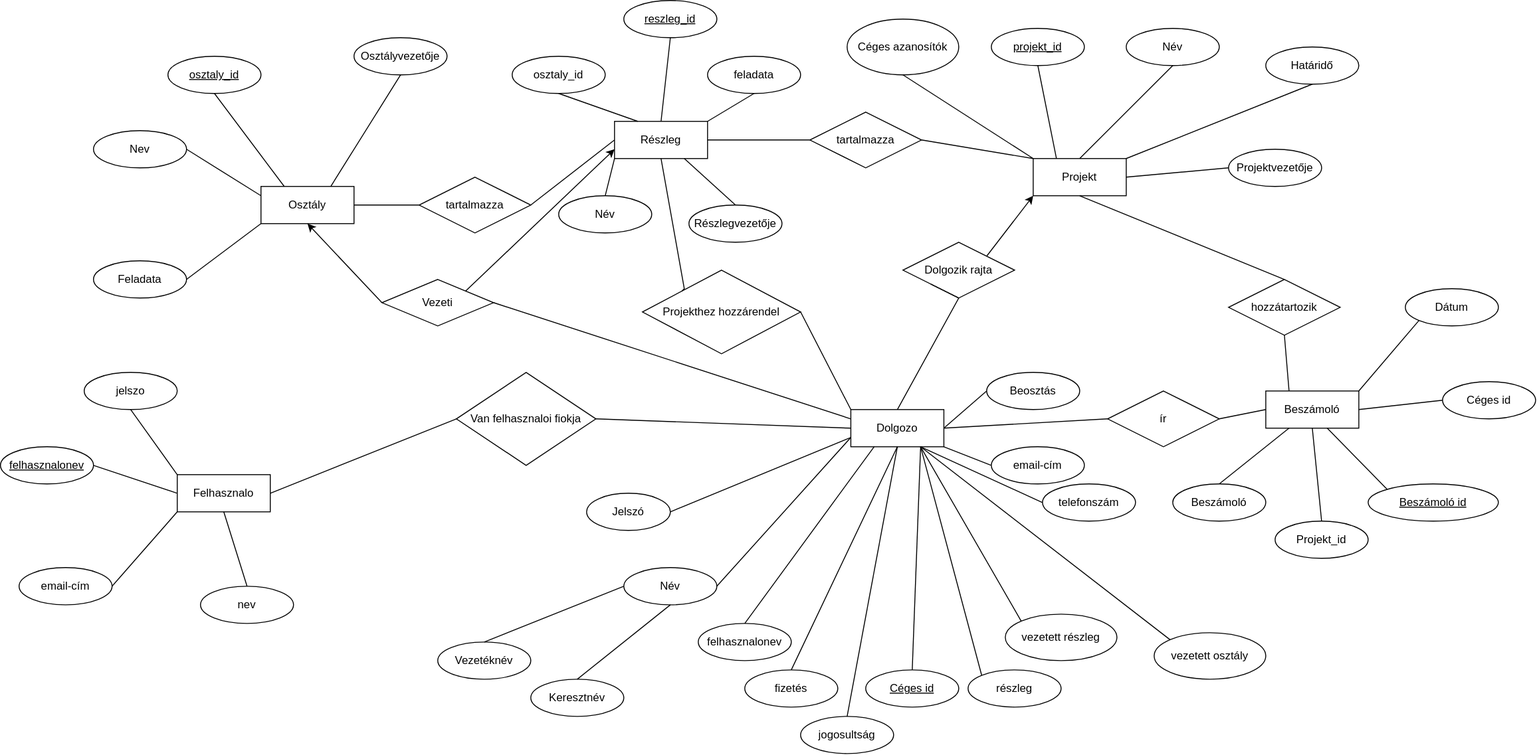
This is adatb.drawio.svg from Alfonz33/adatbazis-projektmunka, a draw.io export, as it was before one commit. Source tidied: cells renumbered, new cells last; positions are measured from the earlier drawing's top-left corner, leaving out a move shared by most shapes.
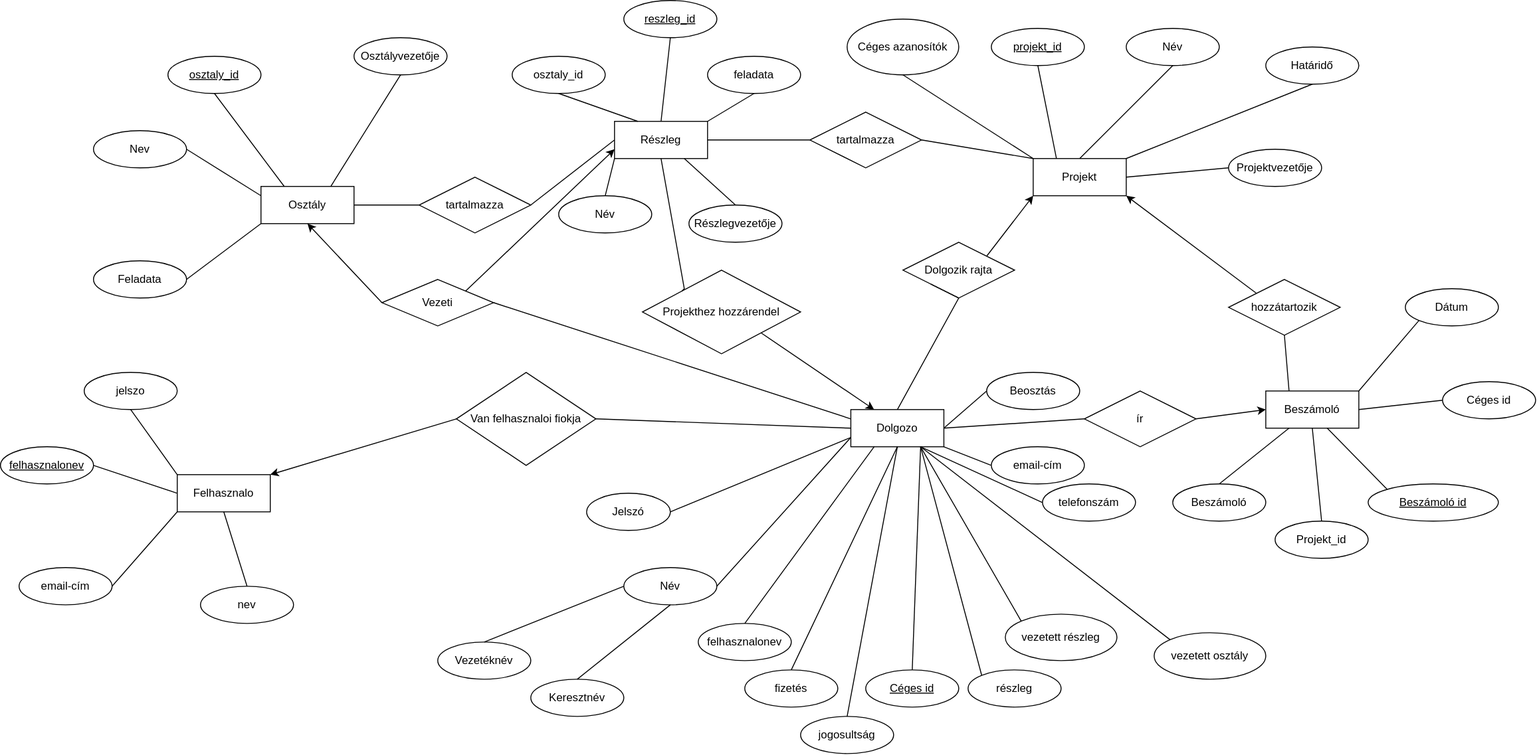
Above is the later version.

Change to the diagram source:
```diff
@@ -137,9 +137,6 @@
     <mxCell id="46" style="endArrow=none;html=1;rounded=0;exitX=0.5;exitY=0;exitDx=0;exitDy=0;entryX=0.5;entryY=1;entryDx=0;entryDy=0;" parent="1" edge="1" source="8" target="17">
       <mxGeometry relative="1" as="geometry" />
     </mxCell>
-    <mxCell id="47" style="endArrow=none;html=1;rounded=0;exitX=0.5;exitY=1;exitDx=0;exitDy=0;entryX=0.5;entryY=0;entryDx=0;entryDy=0;" parent="1" edge="1" source="8" target="48">
-      <mxGeometry relative="1" as="geometry" />
-    </mxCell>
     <mxCell id="48" value="hozzátartozik" style="shape=rhombus;perimeter=rhombusPerimeter;whiteSpace=wrap;html=1;align=center;" parent="1" vertex="1">
       <mxGeometry x="1320" y="300" width="120" height="60" as="geometry" />
     </mxCell>
@@ -165,7 +162,7 @@
       <mxGeometry x="1370" y="560" width="100" height="40" as="geometry" />
     </mxCell>
     <mxCell id="56" value="ír" style="shape=rhombus;perimeter=rhombusPerimeter;whiteSpace=wrap;html=1;align=center;" parent="1" vertex="1">
-      <mxGeometry x="1190" y="420" width="120" height="60" as="geometry" />
+      <mxGeometry x="1165" y="420" width="120" height="60" as="geometry" />
     </mxCell>
     <mxCell id="57" value="Dolgozik rajta" style="shape=rhombus;perimeter=rhombusPerimeter;whiteSpace=wrap;html=1;align=center;" parent="1" vertex="1">
       <mxGeometry x="970" y="260" width="120" height="60" as="geometry" />
@@ -237,9 +234,6 @@
     <mxCell id="78" style="endArrow=none;html=1;rounded=0;exitX=1;exitY=0.5;exitDx=0;exitDy=0;entryX=0;entryY=0.5;entryDx=0;entryDy=0;" parent="1" edge="1" source="3" target="52">
       <mxGeometry relative="1" as="geometry" />
     </mxCell>
-    <mxCell id="79" style="endArrow=none;html=1;rounded=0;exitX=1;exitY=0.5;exitDx=0;exitDy=0;entryX=0;entryY=0.5;entryDx=0;entryDy=0;" parent="1" edge="1" source="56" target="3">
-      <mxGeometry relative="1" as="geometry" />
-    </mxCell>
     <mxCell id="80" style="endArrow=none;html=1;rounded=0;exitX=1;exitY=0.5;exitDx=0;exitDy=0;entryX=0;entryY=0.5;entryDx=0;entryDy=0;" parent="1" edge="1" source="2" target="56">
       <mxGeometry relative="1" as="geometry" />
     </mxCell>
@@ -276,9 +270,6 @@
     <mxCell id="91" style="endArrow=none;html=1;rounded=0;exitX=1;exitY=0.5;exitDx=0;exitDy=0;entryX=0;entryY=0.5;entryDx=0;entryDy=0;" parent="1" edge="1" source="90" target="2">
       <mxGeometry relative="1" as="geometry" />
     </mxCell>
-    <mxCell id="92" style="endArrow=none;html=1;rounded=0;exitX=1;exitY=0.5;exitDx=0;exitDy=0;entryX=0;entryY=0.5;entryDx=0;entryDy=0;" parent="1" edge="1" source="81" target="90">
-      <mxGeometry relative="1" as="geometry" />
-    </mxCell>
     <mxCell id="93" value="email-cím" style="ellipse;whiteSpace=wrap;html=1;align=center;" parent="1" vertex="1">
       <mxGeometry x="1065" y="480" width="100" height="40" as="geometry" />
     </mxCell>
@@ -292,9 +283,6 @@
         </Array>
       </mxGeometry>
     </mxCell>
-    <mxCell id="96" style="endArrow=none;html=1;rounded=0;exitX=1;exitY=0.5;exitDx=0;exitDy=0;entryX=0;entryY=0;entryDx=0;entryDy=0;" parent="1" edge="1" source="94" target="2">
-      <mxGeometry relative="1" as="geometry" />
-    </mxCell>
     <mxCell id="97" value="Osztályvezetője" style="ellipse;whiteSpace=wrap;html=1;align=center;" parent="1" vertex="1">
       <mxGeometry x="380" y="40" width="100" height="40" as="geometry" />
     </mxCell>
@@ -331,5 +319,17 @@
     <mxCell id="108" style="endArrow=classic;html=1;rounded=0;exitX=1;exitY=0;exitDx=0;exitDy=0;entryX=0;entryY=1;entryDx=0;entryDy=0;" parent="1" edge="1" source="57" target="8">
       <mxGeometry relative="1" as="geometry" />
     </mxCell>
+    <mxCell id="109" style="endArrow=classic;html=1;rounded=0;exitX=0;exitY=0;exitDx=0;exitDy=0;entryX=1;entryY=1;entryDx=0;entryDy=0;" parent="1" edge="1" source="48" target="8">
+      <mxGeometry relative="1" as="geometry" />
+    </mxCell>
+    <mxCell id="79" style="endArrow=classic;html=1;rounded=0;exitX=1;exitY=0.5;exitDx=0;exitDy=0;entryX=0;entryY=0.5;entryDx=0;entryDy=0;" parent="1" edge="1" source="56" target="3">
+      <mxGeometry relative="1" as="geometry" />
+    </mxCell>
+    <mxCell id="96" style="endArrow=classic;html=1;rounded=0;exitX=1;exitY=1;exitDx=0;exitDy=0;entryX=0.25;entryY=0;entryDx=0;entryDy=0;" parent="1" edge="1" source="94" target="2">
+      <mxGeometry relative="1" as="geometry" />
+    </mxCell>
+    <mxCell id="110" style="endArrow=classic;html=1;rounded=0;exitX=0;exitY=0.5;exitDx=0;exitDy=0;entryX=1;entryY=0;entryDx=0;entryDy=0;" parent="1" edge="1" source="90" target="81">
+      <mxGeometry relative="1" as="geometry" />
+    </mxCell>
   </root>
 </mxGraphModel>
```
